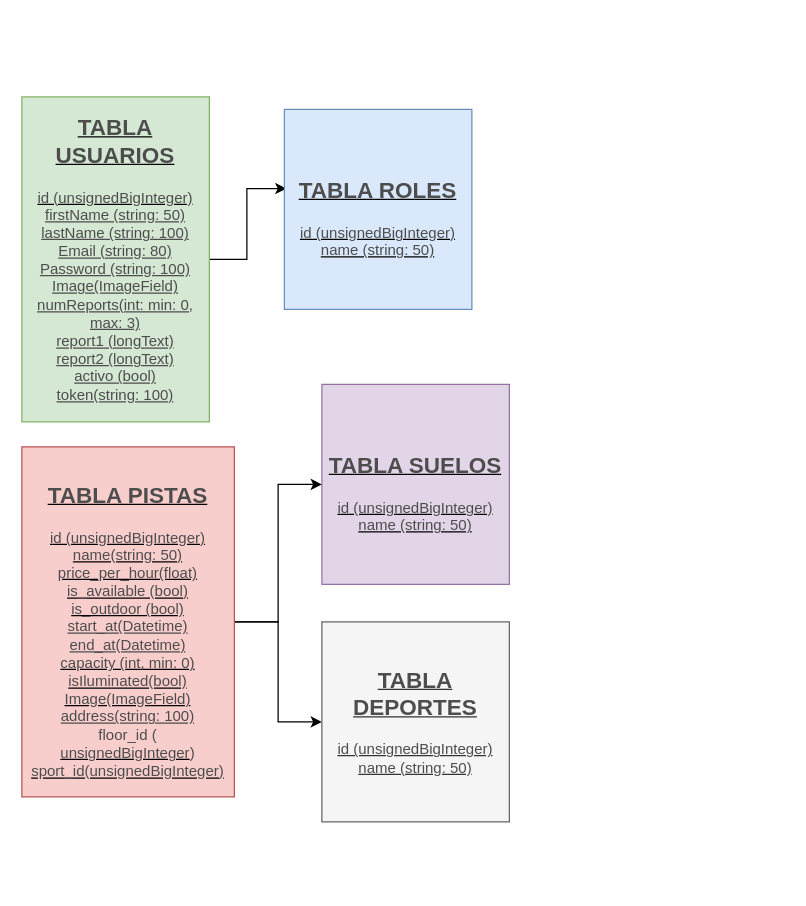
This is GestionPistas BBDD.drawio from jedahee/Laravel-Backend-Final-Project-Degree, a draw.io file, before an edit. Source tidied: cells renumbered, new cells numbered last; positions are measured from the earlier drawing's top-left corner, leaving out a move shared by most shapes. Both pictures are drawn from the tidied source at 125%, with x=0, y=0 at pixel (21, 96).
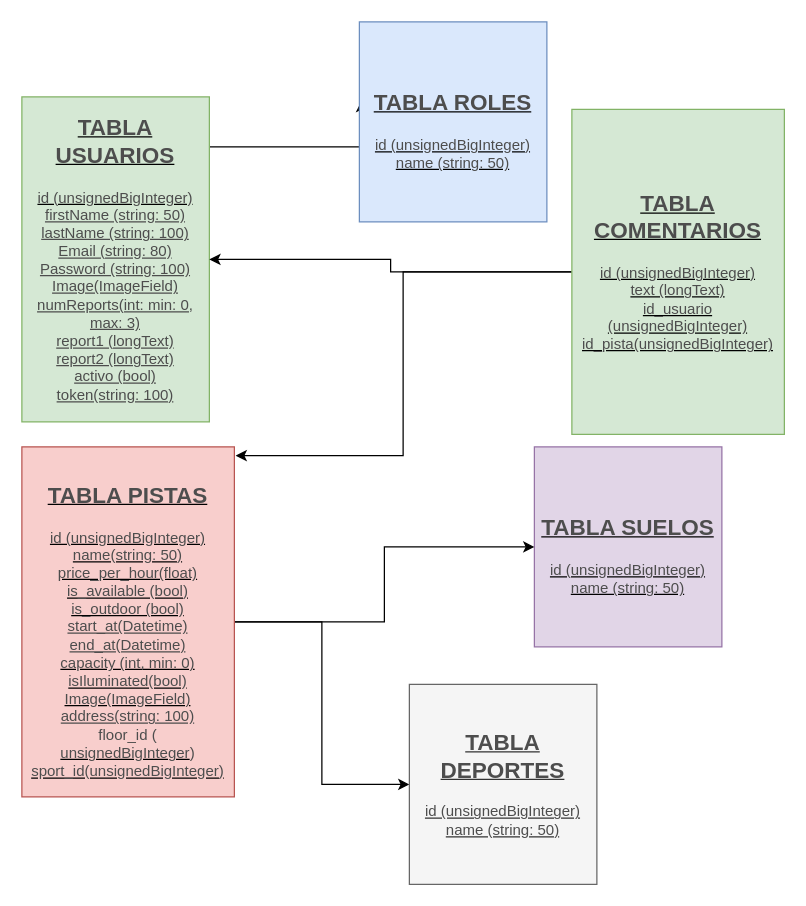
After the change.

Change to the diagram source:
```diff
@@
 <mxGraphModel>
   <root>
     <mxCell id="0" />
     <mxCell id="1" parent="0" />
     <mxCell id="2" style="edgeStyle=orthogonalEdgeStyle;rounded=0;jettySize=auto;html=1;entryX=0.011;entryY=0.396;entryDx=0;entryDy=0;entryPerimeter=0;fontFamily=Helvetica;fontColor=#4D4D4D;" parent="1" edge="1" source="3" target="5">
-      <mxGeometry relative="1" as="geometry" />
+      <mxGeometry relative="1" as="geometry">
+        <Array as="points">
+          <mxPoint x="140" y="40" />
+          <mxPoint x="140" y="40" />
+        </Array>
+      </mxGeometry>
     </mxCell>
     <mxCell id="3" value="&lt;h2&gt;&lt;u&gt;&lt;font color=&quot;#4d4d4d&quot;&gt;TABLA USUARIOS&lt;/font&gt;&lt;/u&gt;&lt;/h2&gt;&lt;div&gt;&lt;u&gt;&lt;font color=&quot;#4d4d4d&quot;&gt;id (unsignedBigInteger)&lt;/font&gt;&lt;/u&gt;&lt;/div&gt;&lt;div&gt;&lt;font color=&quot;#4d4d4d&quot;&gt;&lt;u&gt;firstName (string: 50)&lt;/u&gt;&lt;/font&gt;&lt;/div&gt;&lt;div&gt;&lt;u style=&quot;color: rgb(77 , 77 , 77)&quot;&gt;lastName (string: 100)&lt;/u&gt;&lt;font color=&quot;#4d4d4d&quot;&gt;&lt;u&gt;&lt;br&gt;&lt;/u&gt;&lt;/font&gt;&lt;/div&gt;&lt;div&gt;&lt;u style=&quot;color: rgb(77 , 77 , 77)&quot;&gt;Email (string: 80)&lt;/u&gt;&lt;u style=&quot;color: rgb(77 , 77 , 77)&quot;&gt;&lt;br&gt;&lt;/u&gt;&lt;/div&gt;&lt;div&gt;&lt;u style=&quot;color: rgb(77 , 77 , 77)&quot;&gt;Password (string: 100)&lt;/u&gt;&lt;/div&gt;&lt;div&gt;&lt;u style=&quot;color: rgb(77 , 77 , 77)&quot;&gt;Image(ImageField)&lt;/u&gt;&lt;u style=&quot;color: rgb(77 , 77 , 77)&quot;&gt;&lt;br&gt;&lt;/u&gt;&lt;/div&gt;&lt;div&gt;&lt;u style=&quot;color: rgb(77 , 77 , 77)&quot;&gt;numReports(int: min: 0, max: 3)&lt;/u&gt;&lt;u style=&quot;color: rgb(77 , 77 , 77)&quot;&gt;&lt;br&gt;&lt;/u&gt;&lt;/div&gt;&lt;div&gt;&lt;u style=&quot;color: rgb(77 , 77 , 77)&quot;&gt;report1 (longText)&lt;/u&gt;&lt;u style=&quot;color: rgb(77 , 77 , 77)&quot;&gt;&lt;br&gt;&lt;/u&gt;&lt;/div&gt;&lt;div&gt;&lt;u style=&quot;color: rgb(77 , 77 , 77)&quot;&gt;report2 (longText)&lt;/u&gt;&lt;u style=&quot;color: rgb(77 , 77 , 77)&quot;&gt;&lt;br&gt;&lt;/u&gt;&lt;/div&gt;&lt;div&gt;&lt;u style=&quot;color: rgb(77 , 77 , 77)&quot;&gt;activo (bool)&lt;/u&gt;&lt;/div&gt;&lt;div&gt;&lt;u style=&quot;color: rgb(77 , 77 , 77)&quot;&gt;token(string: 100)&lt;/u&gt;&lt;/div&gt;&lt;div&gt;&lt;u style=&quot;color: rgb(77 , 77 , 77)&quot;&gt;&lt;br&gt;&lt;/u&gt;&lt;/div&gt;" style="rounded=0;whiteSpace=wrap;html=1;fillColor=#d5e8d4;strokeColor=#82b366;strokeWidth=1;perimeterSpacing=0;line-height:30px;" parent="1" vertex="1">
       <mxGeometry width="150" height="260" as="geometry" />
     </mxCell>
     <mxCell id="4" value="&lt;h2&gt;&lt;u&gt;&lt;font color=&quot;#4d4d4d&quot;&gt;TABLA SUELOS&lt;/font&gt;&lt;/u&gt;&lt;/h2&gt;&lt;div&gt;&lt;div&gt;&lt;u&gt;&lt;font color=&quot;#4d4d4d&quot;&gt;id (unsignedBigInteger)&lt;/font&gt;&lt;/u&gt;&lt;/div&gt;&lt;/div&gt;&lt;div&gt;&lt;u&gt;&lt;font color=&quot;#4d4d4d&quot;&gt;name (string: 50)&lt;/font&gt;&lt;/u&gt;&lt;u&gt;&lt;font color=&quot;#4d4d4d&quot;&gt;&lt;br&gt;&lt;/font&gt;&lt;/u&gt;&lt;/div&gt;" style="rounded=0;whiteSpace=wrap;html=1;fillColor=#e1d5e7;strokeColor=#9673a6;" parent="1" vertex="1">
-      <mxGeometry x="240" y="230" width="150" height="160" as="geometry" />
+      <mxGeometry x="410" y="280" width="150" height="160" as="geometry" />
     </mxCell>
     <mxCell id="5" value="&lt;h2&gt;&lt;u&gt;&lt;font color=&quot;#4d4d4d&quot;&gt;TABLA ROLES&lt;/font&gt;&lt;/u&gt;&lt;/h2&gt;&lt;div&gt;&lt;div&gt;&lt;u&gt;&lt;font color=&quot;#4d4d4d&quot;&gt;id (unsignedBigInteger)&lt;/font&gt;&lt;/u&gt;&lt;/div&gt;&lt;/div&gt;&lt;div&gt;&lt;u&gt;&lt;font color=&quot;#4d4d4d&quot;&gt;name (string: 50)&lt;/font&gt;&lt;/u&gt;&lt;/div&gt;" style="rounded=0;whiteSpace=wrap;html=1;fillColor=#dae8fc;strokeColor=#6c8ebf;" parent="1" vertex="1">
-      <mxGeometry x="210" y="10" width="150" height="160" as="geometry" />
+      <mxGeometry x="270" y="-60" width="150" height="160" as="geometry" />
     </mxCell>
     <mxCell id="6" style="edgeStyle=orthogonalEdgeStyle;rounded=0;jettySize=auto;html=1;fontFamily=Helvetica;fontColor=#4D4D4D;" parent="1" edge="1" source="8" target="4">
       <mxGeometry relative="1" as="geometry" />
     </mxCell>
     <mxCell id="7" style="edgeStyle=orthogonalEdgeStyle;rounded=0;jettySize=auto;html=1;fontFamily=Helvetica;fontColor=#4D4D4D;" parent="1" edge="1" source="8" target="9">
       <mxGeometry relative="1" as="geometry" />
     </mxCell>
     <mxCell id="8" value="&lt;h2&gt;&lt;u&gt;&lt;font color=&quot;#4d4d4d&quot;&gt;TABLA PISTAS&lt;/font&gt;&lt;/u&gt;&lt;/h2&gt;&lt;div&gt;&lt;div&gt;&lt;u&gt;&lt;font color=&quot;#4d4d4d&quot;&gt;id (unsignedBigInteger)&lt;/font&gt;&lt;/u&gt;&lt;/div&gt;&lt;/div&gt;&lt;div&gt;&lt;u&gt;&lt;font color=&quot;#4d4d4d&quot;&gt;name(string: 50)&lt;/font&gt;&lt;/u&gt;&lt;/div&gt;&lt;div&gt;&lt;u&gt;&lt;font color=&quot;#4d4d4d&quot;&gt;price_per_hour(float)&lt;/font&gt;&lt;/u&gt;&lt;/div&gt;&lt;div&gt;&lt;u&gt;&lt;font color=&quot;#4d4d4d&quot;&gt;is_available (bool)&lt;/font&gt;&lt;/u&gt;&lt;/div&gt;&lt;div&gt;&lt;u&gt;&lt;font color=&quot;#4d4d4d&quot;&gt;is_outdoor (bool)&lt;/font&gt;&lt;/u&gt;&lt;/div&gt;&lt;div&gt;&lt;font color=&quot;#4d4d4d&quot;&gt;&lt;u&gt;start_at(Datetime)&lt;/u&gt;&lt;/font&gt;&lt;/div&gt;&lt;div&gt;&lt;u style=&quot;color: rgb(77 , 77 , 77)&quot;&gt;end_at(Datetime)&lt;/u&gt;&lt;font color=&quot;#4d4d4d&quot;&gt;&lt;u&gt;&lt;br&gt;&lt;/u&gt;&lt;/font&gt;&lt;/div&gt;&lt;div&gt;&lt;u&gt;&lt;font color=&quot;#4d4d4d&quot;&gt;capacity (int, min: 0)&lt;/font&gt;&lt;/u&gt;&lt;/div&gt;&lt;div&gt;&lt;u&gt;&lt;font color=&quot;#4d4d4d&quot;&gt;isIluminated(bool)&lt;/font&gt;&lt;/u&gt;&lt;/div&gt;&lt;div&gt;&lt;u&gt;&lt;font color=&quot;#4d4d4d&quot;&gt;Image(ImageField)&lt;/font&gt;&lt;/u&gt;&lt;/div&gt;&lt;div&gt;&lt;font color=&quot;#4d4d4d&quot;&gt;&lt;u&gt;address(string: 100)&lt;/u&gt;&lt;/font&gt;&lt;/div&gt;&lt;div&gt;&lt;font color=&quot;#4d4d4d&quot;&gt;floor_id (&lt;/font&gt;&lt;/div&gt;&lt;u&gt;&lt;font color=&quot;#4d4d4d&quot;&gt;unsignedBigInteger&lt;/font&gt;&lt;/u&gt;&lt;span style=&quot;color: rgb(77 , 77 , 77)&quot;&gt;)&lt;br&gt;&lt;/span&gt;&lt;u&gt;&lt;font color=&quot;#4d4d4d&quot;&gt;sport_id(unsignedBigInteger)&lt;br&gt;&lt;/font&gt;&lt;/u&gt;" style="rounded=0;whiteSpace=wrap;html=1;fillColor=#f8cecc;strokeColor=#b85450;" parent="1" vertex="1">
       <mxGeometry y="280" width="170" height="280" as="geometry" />
     </mxCell>
     <mxCell id="9" value="&lt;h2&gt;&lt;u&gt;&lt;font color=&quot;#4d4d4d&quot;&gt;TABLA DEPORTES&lt;/font&gt;&lt;/u&gt;&lt;/h2&gt;&lt;div&gt;&lt;div&gt;&lt;u&gt;&lt;font color=&quot;#4d4d4d&quot;&gt;id (unsignedBigInteger)&lt;/font&gt;&lt;/u&gt;&lt;/div&gt;&lt;/div&gt;&lt;div&gt;&lt;u&gt;&lt;font color=&quot;#4d4d4d&quot;&gt;name (string: 50)&lt;/font&gt;&lt;/u&gt;&lt;/div&gt;&lt;div&gt;&lt;u&gt;&lt;font color=&quot;#4d4d4d&quot;&gt;&lt;br&gt;&lt;/font&gt;&lt;/u&gt;&lt;/div&gt;" style="rounded=0;whiteSpace=wrap;html=1;fillColor=#f5f5f5;strokeColor=#666666;fontColor=#333333;" parent="1" vertex="1">
-      <mxGeometry x="240" y="420" width="150" height="160" as="geometry" />
+      <mxGeometry x="310" y="470" width="150" height="160" as="geometry" />
     </mxCell>
+    <mxCell id="10" style="edgeStyle=orthogonalEdgeStyle;rounded=0;jettySize=auto;html=1;fontFamily=Helvetica;fontColor=#4D4D4D;" parent="1" edge="1" source="12" target="3">
+      <mxGeometry relative="1" as="geometry" />
+    </mxCell>
+    <mxCell id="11" style="edgeStyle=orthogonalEdgeStyle;rounded=0;jettySize=auto;html=1;entryX=1.006;entryY=0.025;entryDx=0;entryDy=0;entryPerimeter=0;fontFamily=Helvetica;fontColor=#4D4D4D;" parent="1" edge="1" source="12" target="8">
+      <mxGeometry relative="1" as="geometry" />
+    </mxCell>
+    <mxCell id="12" value="&lt;h2&gt;&lt;u&gt;&lt;font color=&quot;#4d4d4d&quot;&gt;TABLA COMENTARIOS&lt;/font&gt;&lt;/u&gt;&lt;/h2&gt;&lt;div&gt;&lt;u&gt;&lt;font color=&quot;#4d4d4d&quot;&gt;id (unsignedBigInteger)&lt;/font&gt;&lt;/u&gt;&lt;/div&gt;&lt;div&gt;&lt;u&gt;&lt;font color=&quot;#4d4d4d&quot;&gt;text (longText)&lt;/font&gt;&lt;/u&gt;&lt;/div&gt;&lt;div&gt;&lt;u&gt;&lt;font color=&quot;#4d4d4d&quot;&gt;id_usuario (unsignedBigInteger)&lt;/font&gt;&lt;/u&gt;&lt;u&gt;&lt;font color=&quot;#4d4d4d&quot;&gt;&lt;br&gt;&lt;/font&gt;&lt;/u&gt;&lt;/div&gt;&lt;div&gt;&lt;u&gt;&lt;font color=&quot;#4d4d4d&quot;&gt;id_pista(unsignedBigInteger)&lt;/font&gt;&lt;/u&gt;&lt;u&gt;&lt;font color=&quot;#4d4d4d&quot;&gt;&lt;br&gt;&lt;/font&gt;&lt;/u&gt;&lt;/div&gt;&lt;div&gt;&lt;br&gt;&lt;/div&gt;" style="rounded=0;whiteSpace=wrap;html=1;fillColor=#d5e8d4;strokeColor=#82b366;strokeWidth=1;perimeterSpacing=0;line-height:30px;" parent="1" vertex="1">
+      <mxGeometry x="440" y="10" width="170" height="260" as="geometry" />
+    </mxCell>
   </root>
 </mxGraphModel>
```
